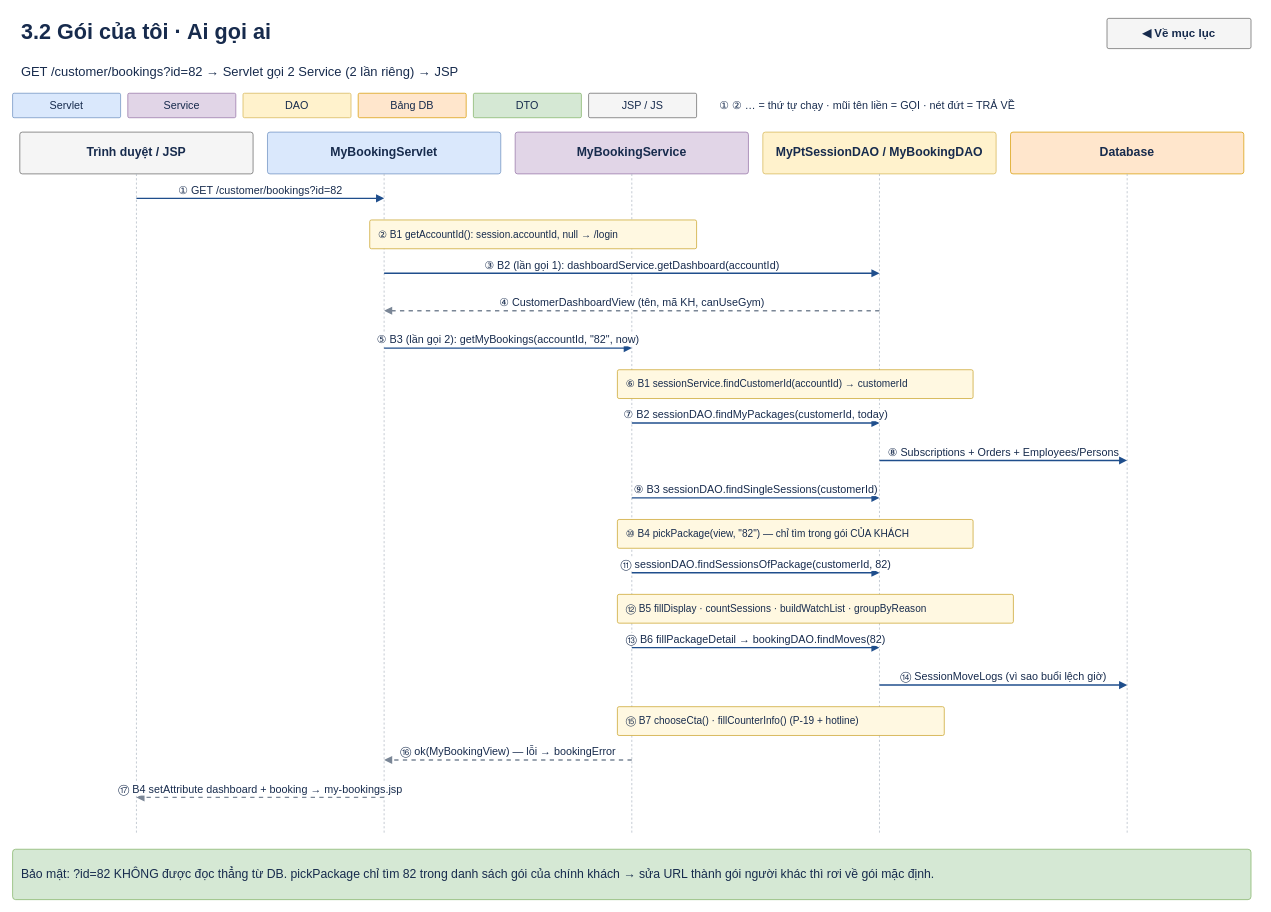
The draw.io diagram page "3.2 Gói của tôi · Ai gọi ai" (10 of 21) of docs/hoc-code/gms-5-man-hoc-code-chi-tiet.drawio in Thomas-luckyclover/gym-management-system, before the edit. Source tidied: cells renumbered, new cells numbered last; positions are measured from the earlier drawing's top-left corner, leaving out a move shared by most shapes. Both pictures are drawn from the tidied source at 72%, with x=0, y=0 at pixel (12, 12).
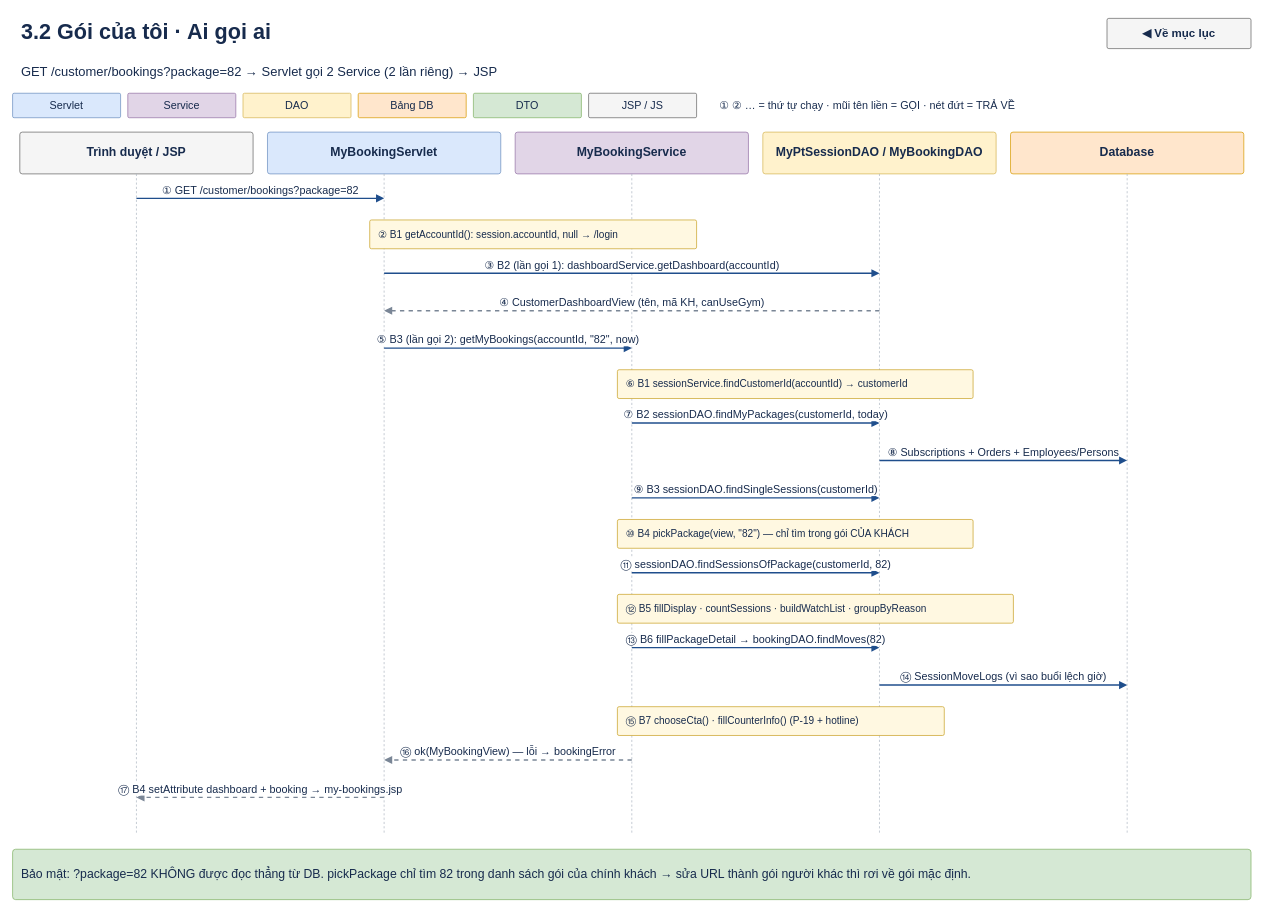
After the change.

What changed in the source:
```diff
@@
-    <mxCell id="3" value="GET /customer/bookings?id=82 → Servlet gọi 2 Service (2 lần riêng) → JSP" style="rounded=1;whiteSpace=wrap;html=1;align=left;verticalAlign=middle;spacing=12;fontFamily=Arial;fontSize=18;fontColor=#172b4d;fillColor=none;strokeColor=none;fontStyle=0;arcSize=6;" parent="1" vertex="1">
+    <mxCell id="3" value="GET /customer/bookings?package=82 → Servlet gọi 2 Service (2 lần riêng) → JSP" style="rounded=1;whiteSpace=wrap;html=1;align=left;verticalAlign=middle;spacing=12;fontFamily=Arial;fontSize=18;fontColor=#172b4d;fillColor=none;strokeColor=none;fontStyle=0;arcSize=6;" parent="1" vertex="1">
       <mxGeometry y="56" width="1720" height="52" as="geometry" />
     </mxCell>
@@
-    <mxCell id="22" value="① GET /customer/bookings?id=82" style="html=1;endArrow=block;endFill=1;strokeColor=#1f4e8c;strokeWidth=2;fontFamily=Arial;fontSize=15;fontColor=#172b4d;labelBackgroundColor=#ffffff;align=center;verticalAlign=bottom;" parent="1" edge="1">
+    <mxCell id="22" value="① GET /customer/bookings?package=82" style="html=1;endArrow=block;endFill=1;strokeColor=#1f4e8c;strokeWidth=2;fontFamily=Arial;fontSize=15;fontColor=#172b4d;labelBackgroundColor=#ffffff;align=center;verticalAlign=bottom;" parent="1" edge="1">
       <mxGeometry relative="1" as="geometry">
         <mxPoint x="172" y="258" as="sourcePoint" />
         <mxPoint x="516" y="258" as="targetPoint" />
       </mxGeometry>
     </mxCell>
@@
-    <mxCell id="39" value="Bảo mật: ?id=82 KHÔNG được đọc thẳng từ DB. pickPackage chỉ tìm 82 trong danh sách gói của chính khách → sửa URL thành gói người khác thì rơi về gói mặc định." style="rounded=1;whiteSpace=wrap;html=1;align=left;verticalAlign=middle;spacing=12;fontFamily=Arial;fontSize=17;fontColor=#172b4d;fillColor=#d5e8d4;strokeColor=#82b366;fontStyle=0;arcSize=6;" parent="1" vertex="1">
+    <mxCell id="39" value="Bảo mật: ?package=82 KHÔNG được đọc thẳng từ DB. pickPackage chỉ tìm 82 trong danh sách gói của chính khách → sửa URL thành gói người khác thì rơi về gói mặc định." style="rounded=1;whiteSpace=wrap;html=1;align=left;verticalAlign=middle;spacing=12;fontFamily=Arial;fontSize=17;fontColor=#172b4d;fillColor=#d5e8d4;strokeColor=#82b366;fontStyle=0;arcSize=6;" parent="1" vertex="1">
       <mxGeometry y="1162" width="1720" height="70" as="geometry" />
     </mxCell>
```
